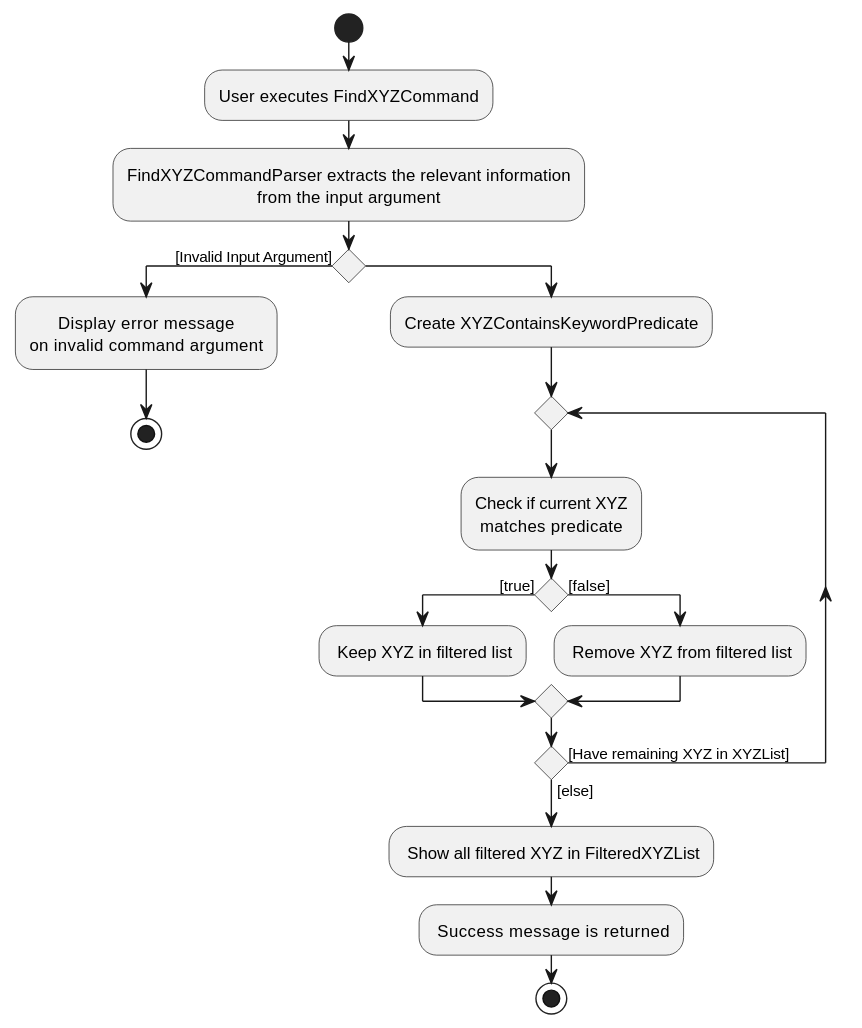
Before: docs/images/FindCommandActivityDiagram.svg, a diagram exported from PlantUML (nus-cs2103-AY2223S2/tp).
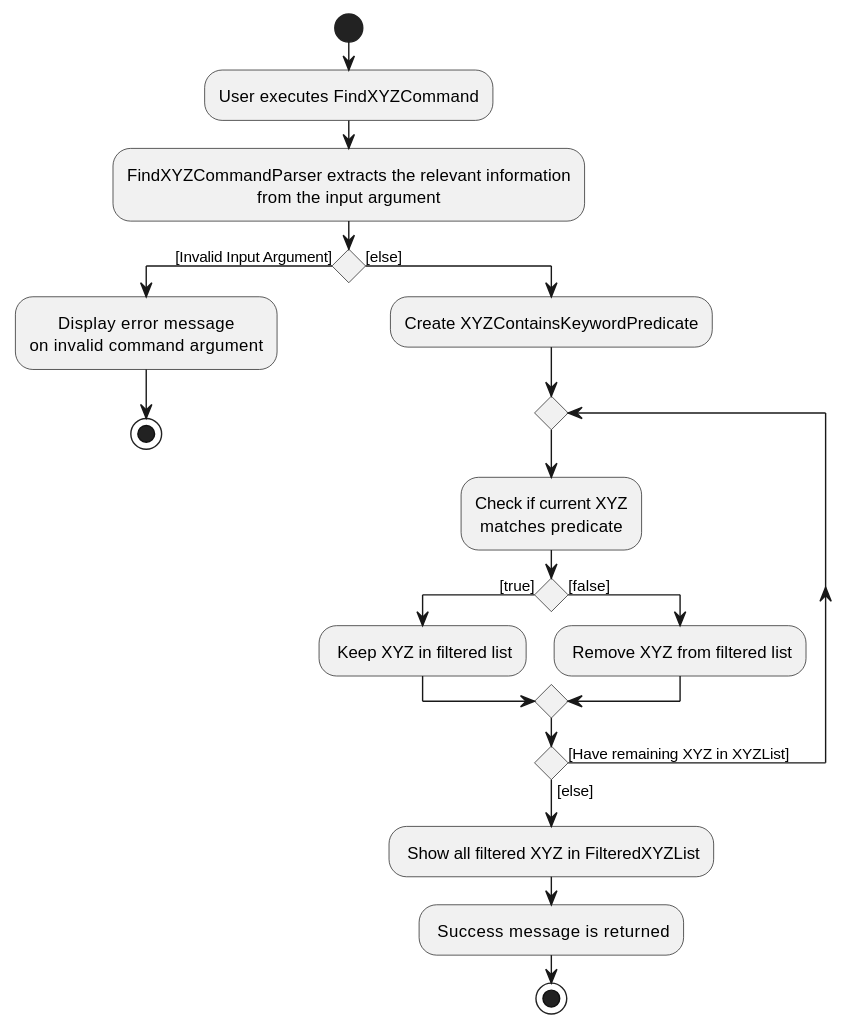
The same file after the commit.

Commit message:
Fix missing else

The edit, as a diff of the source:
```diff
@@ -11,7 +11,7 @@
     :Display error message
     on invalid command argument;
     stop
-else ()
+else ([else])
     :Create XYZContainsKeywordPredicate;
     repeat;
         :Check if current XYZ
```
